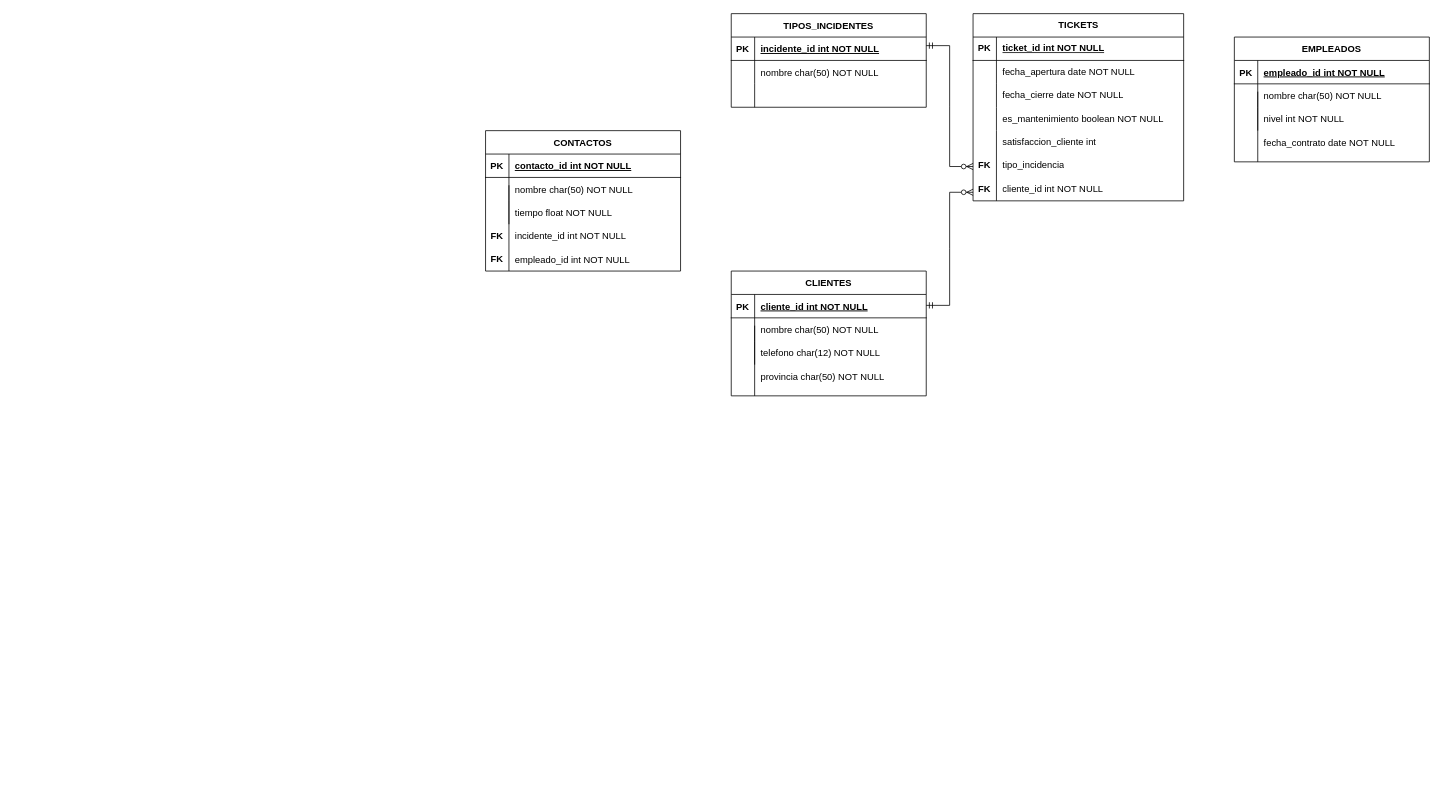
The draw.io diagram Diseño_BBDD_EJ2.drawio in alprezz/Practica1_SI, before the edit. Source tidied: cells renumbered, new cells numbered last; positions are measured from the earlier drawing's top-left corner, leaving out a move shared by most shapes. Both pictures are drawn from the tidied source at 78%, with x=0, y=0 at pixel (481, 13).
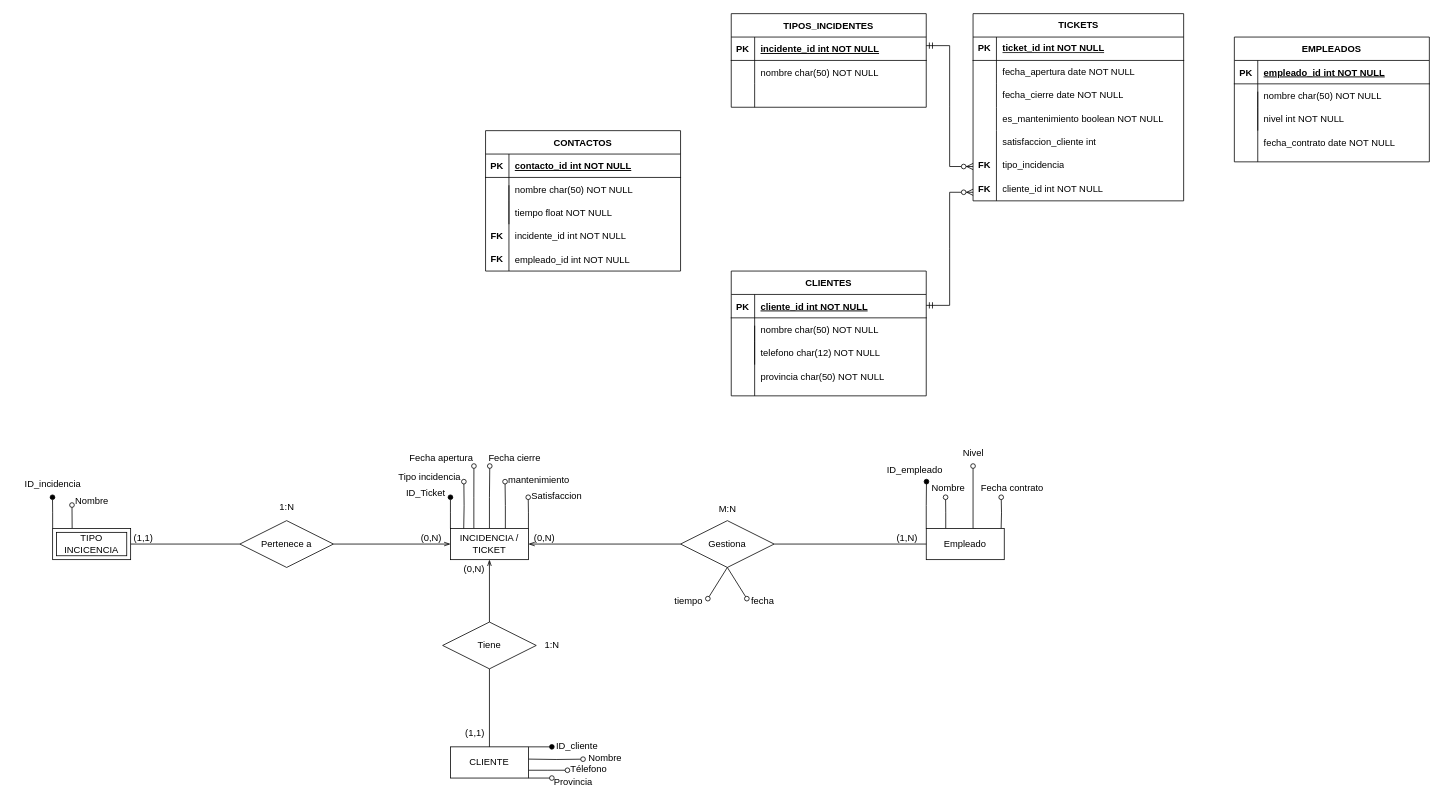
The same page after the edit.

Diff of the diagram source:
```diff
@@
+    <mxCell id="74" style="edgeStyle=orthogonalEdgeStyle;rounded=0;jettySize=auto;html=1;exitX=0;exitY=0;exitDx=0;exitDy=0;endArrow=oval;endFill=1;" parent="1" edge="1" source="80">
+      <mxGeometry relative="1" as="geometry">
+        <mxPoint x="-40" y="620" as="targetPoint" />
+      </mxGeometry>
+    </mxCell>
+    <mxCell id="75" style="edgeStyle=orthogonalEdgeStyle;rounded=0;orthogonalLoop=1;jettySize=auto;html=1;exitX=0.25;exitY=0;exitDx=0;exitDy=0;endArrow=oval;endFill=0;" parent="1" edge="1">
+      <mxGeometry relative="1" as="geometry">
+        <mxPoint x="-10" y="660" as="sourcePoint" />
+        <mxPoint x="-9.9" y="580" as="targetPoint" />
+        <Array as="points">
+          <mxPoint x="-10" y="620" />
+          <mxPoint x="-10" y="620" />
+        </Array>
+      </mxGeometry>
+    </mxCell>
+    <mxCell id="76" style="edgeStyle=orthogonalEdgeStyle;rounded=0;jettySize=auto;html=1;exitX=0.5;exitY=0;exitDx=0;exitDy=0;endArrow=oval;endFill=0;" parent="1" edge="1" source="80">
+      <mxGeometry relative="1" as="geometry">
+        <mxPoint x="10.4" y="580" as="targetPoint" />
+      </mxGeometry>
+    </mxCell>
+    <mxCell id="77" style="edgeStyle=orthogonalEdgeStyle;rounded=0;jettySize=auto;html=1;exitX=0.704;exitY=0.009;exitDx=0;exitDy=0;endArrow=oval;endFill=0;exitPerimeter=0;" parent="1" edge="1" source="80">
+      <mxGeometry relative="1" as="geometry">
+        <mxPoint x="30" y="600" as="targetPoint" />
+      </mxGeometry>
+    </mxCell>
+    <mxCell id="78" style="edgeStyle=orthogonalEdgeStyle;rounded=0;orthogonalLoop=1;jettySize=auto;html=1;exitX=0.108;exitY=0.02;exitDx=0;exitDy=0;exitPerimeter=0;endArrow=oval;endFill=0;" parent="1" edge="1">
+      <mxGeometry relative="1" as="geometry">
+        <mxPoint x="-23" y="660.8" as="sourcePoint" />
+        <mxPoint x="-22.8" y="600" as="targetPoint" />
+      </mxGeometry>
+    </mxCell>
+    <mxCell id="79" style="edgeStyle=orthogonalEdgeStyle;rounded=0;jettySize=auto;html=1;exitX=1;exitY=0;exitDx=0;exitDy=0;endArrow=oval;endFill=0;" parent="1" edge="1" source="80">
+      <mxGeometry relative="1" as="geometry">
+        <mxPoint x="59.7" y="620" as="targetPoint" />
+      </mxGeometry>
+    </mxCell>
+    <mxCell id="80" value="INCIDENCIA / TICKET" style="whiteSpace=wrap;html=1;align=center;" parent="1" vertex="1">
+      <mxGeometry x="-40" y="660" width="100" height="40" as="geometry" />
+    </mxCell>
+    <mxCell id="81" value="Gestiona" style="shape=rhombus;perimeter=rhombusPerimeter;whiteSpace=wrap;html=1;align=center;" parent="1" vertex="1">
+      <mxGeometry x="255" y="650" width="120" height="60" as="geometry" />
+    </mxCell>
+    <mxCell id="82" style="edgeStyle=orthogonalEdgeStyle;rounded=0;jettySize=auto;html=1;exitX=0;exitY=0;exitDx=0;exitDy=0;endArrow=oval;endFill=1;" parent="1" edge="1" source="86">
+      <mxGeometry relative="1" as="geometry">
+        <mxPoint x="570.3" y="600" as="targetPoint" />
+      </mxGeometry>
+    </mxCell>
+    <mxCell id="83" style="edgeStyle=orthogonalEdgeStyle;rounded=0;jettySize=auto;html=1;exitX=0.25;exitY=0;exitDx=0;exitDy=0;endArrow=oval;endFill=0;" parent="1" edge="1" source="86">
+      <mxGeometry relative="1" as="geometry">
+        <mxPoint x="594.8" y="620" as="targetPoint" />
+      </mxGeometry>
+    </mxCell>
+    <mxCell id="84" style="edgeStyle=orthogonalEdgeStyle;rounded=0;orthogonalLoop=1;jettySize=auto;html=1;exitX=0.5;exitY=0;exitDx=0;exitDy=0;endArrow=oval;endFill=0;" parent="1" edge="1">
+      <mxGeometry relative="1" as="geometry">
+        <mxPoint x="633" y="660" as="sourcePoint" />
+        <mxPoint x="630" y="580" as="targetPoint" />
+        <Array as="points">
+          <mxPoint x="633" y="661" />
+          <mxPoint x="630" y="661" />
+        </Array>
+      </mxGeometry>
+    </mxCell>
+    <mxCell id="85" style="edgeStyle=orthogonalEdgeStyle;rounded=0;orthogonalLoop=1;jettySize=auto;html=1;exitX=0.75;exitY=0;exitDx=0;exitDy=0;endArrow=oval;endFill=0;" parent="1" edge="1">
+      <mxGeometry relative="1" as="geometry">
+        <mxPoint x="666" y="660" as="sourcePoint" />
+        <mxPoint x="666.1" y="620" as="targetPoint" />
+      </mxGeometry>
+    </mxCell>
+    <mxCell id="86" value="Empleado" style="whiteSpace=wrap;html=1;align=center;" parent="1" vertex="1">
+      <mxGeometry x="570" y="660" width="100" height="40" as="geometry" />
+    </mxCell>
+    <mxCell id="87" style="endArrow=openThin;html=1;rounded=0;entryX=1;entryY=0.5;entryDx=0;entryDy=0;exitX=0;exitY=0.5;exitDx=0;exitDy=0;endFill=0;startFill=0;" parent="1" edge="1" source="81" target="80">
+      <mxGeometry relative="1" as="geometry" />
+    </mxCell>
+    <mxCell id="88" value="(0,N)" style="html=1;whiteSpace=wrap;align=right;verticalAlign=bottom;" parent="87" vertex="1">
+      <mxGeometry x="1" relative="1" as="geometry">
+        <mxPoint x="35" as="offset" />
+      </mxGeometry>
+    </mxCell>
+    <mxCell id="89" style="endArrow=none;html=1;rounded=0;entryX=0;entryY=0.5;entryDx=0;entryDy=0;" parent="1" edge="1" source="81" target="86">
+      <mxGeometry relative="1" as="geometry" />
+    </mxCell>
+    <mxCell id="90" value="(1,N)" style="html=1;whiteSpace=wrap;align=right;verticalAlign=bottom;" parent="89" vertex="1">
+      <mxGeometry x="1" relative="1" as="geometry">
+        <mxPoint x="-10" as="offset" />
+      </mxGeometry>
+    </mxCell>
+    <mxCell id="91" style="edgeStyle=orthogonalEdgeStyle;rounded=0;jettySize=auto;html=1;exitX=1;exitY=0;exitDx=0;exitDy=0;endArrow=oval;endFill=1;" parent="1" edge="1" source="95">
+      <mxGeometry relative="1" as="geometry">
+        <mxPoint x="90" y="939.8" as="targetPoint" />
+      </mxGeometry>
+    </mxCell>
+    <mxCell id="92" style="edgeStyle=orthogonalEdgeStyle;rounded=0;orthogonalLoop=1;jettySize=auto;html=1;exitX=1;exitY=0.25;exitDx=0;exitDy=0;endArrow=oval;endFill=0;" parent="1" edge="1">
+      <mxGeometry relative="1" as="geometry">
+        <mxPoint x="60" y="955.7" as="sourcePoint" />
+        <mxPoint x="130" y="955.8" as="targetPoint" />
+      </mxGeometry>
+    </mxCell>
+    <mxCell id="93" style="edgeStyle=orthogonalEdgeStyle;rounded=0;jettySize=auto;html=1;exitX=1;exitY=0.75;exitDx=0;exitDy=0;endArrow=oval;endFill=0;" parent="1" edge="1" source="95">
+      <mxGeometry relative="1" as="geometry">
+        <mxPoint x="110" y="970" as="targetPoint" />
+      </mxGeometry>
+    </mxCell>
+    <mxCell id="94" style="edgeStyle=orthogonalEdgeStyle;rounded=0;jettySize=auto;html=1;exitX=1;exitY=1;exitDx=0;exitDy=0;endArrow=oval;endFill=0;" parent="1" edge="1" source="95">
+      <mxGeometry relative="1" as="geometry">
+        <mxPoint x="90" y="980" as="targetPoint" />
+      </mxGeometry>
+    </mxCell>
+    <mxCell id="95" value="CLIENTE" style="whiteSpace=wrap;html=1;align=center;" parent="1" vertex="1">
+      <mxGeometry x="-40" y="940" width="100" height="40" as="geometry" />
+    </mxCell>
+    <mxCell id="96" value="Pertenece a" style="shape=rhombus;perimeter=rhombusPerimeter;whiteSpace=wrap;html=1;align=center;" parent="1" vertex="1">
+      <mxGeometry x="-310" y="650" width="120" height="60" as="geometry" />
+    </mxCell>
+    <mxCell id="97" style="endArrow=none;html=1;rounded=0;entryX=1;entryY=0.5;entryDx=0;entryDy=0;endFill=1;startFill=0;" parent="1" edge="1" source="96" target="116">
+      <mxGeometry relative="1" as="geometry" />
+    </mxCell>
+    <mxCell id="98" value="(1,1)" style="html=1;whiteSpace=wrap;align=right;verticalAlign=bottom;" parent="97" vertex="1">
+      <mxGeometry x="1" relative="1" as="geometry">
+        <mxPoint x="30" as="offset" />
+      </mxGeometry>
+    </mxCell>
+    <mxCell id="99" style="endArrow=openThin;html=1;rounded=0;entryX=0;entryY=0.5;entryDx=0;entryDy=0;endFill=0;" parent="1" edge="1" source="96" target="80">
+      <mxGeometry relative="1" as="geometry" />
+    </mxCell>
+    <mxCell id="100" value="(0,N)" style="html=1;whiteSpace=wrap;align=right;verticalAlign=bottom;" parent="99" vertex="1">
+      <mxGeometry x="1" relative="1" as="geometry">
+        <mxPoint x="-10" as="offset" />
+      </mxGeometry>
+    </mxCell>
+    <mxCell id="101" value="1:N" style="text;html=1;align=center;verticalAlign=middle;strokeColor=none;fillColor=none;" parent="1" vertex="1">
+      <mxGeometry x="-270" y="618" width="40" height="30" as="geometry" />
+    </mxCell>
+    <mxCell id="102" value="M:N" style="text;html=1;align=center;verticalAlign=middle;strokeColor=none;fillColor=none;" parent="1" vertex="1">
+      <mxGeometry x="290" y="620" width="50" height="30" as="geometry" />
+    </mxCell>
+    <mxCell id="103" value="Tiene" style="shape=rhombus;perimeter=rhombusPerimeter;whiteSpace=wrap;html=1;align=center;" parent="1" vertex="1">
+      <mxGeometry x="-50" y="780" width="120" height="60" as="geometry" />
+    </mxCell>
+    <mxCell id="104" style="endArrow=none;html=1;rounded=0;entryX=0.5;entryY=0;entryDx=0;entryDy=0;" parent="1" edge="1" source="103" target="95">
+      <mxGeometry relative="1" as="geometry" />
+    </mxCell>
+    <mxCell id="105" value="(1,1)" style="html=1;whiteSpace=wrap;align=right;verticalAlign=bottom;" parent="104" vertex="1">
+      <mxGeometry x="1" relative="1" as="geometry">
+        <mxPoint x="-5" y="-10" as="offset" />
+      </mxGeometry>
+    </mxCell>
+    <mxCell id="106" style="endArrow=openThin;html=1;rounded=0;entryX=0.5;entryY=1;entryDx=0;entryDy=0;endFill=0;" parent="1" edge="1" source="103" target="80">
+      <mxGeometry relative="1" as="geometry" />
+    </mxCell>
+    <mxCell id="107" value="(0,N)" style="html=1;whiteSpace=wrap;align=right;verticalAlign=bottom;" parent="106" vertex="1">
+      <mxGeometry x="1" relative="1" as="geometry">
+        <mxPoint x="-5" y="20" as="offset" />
+      </mxGeometry>
+    </mxCell>
+    <mxCell id="108" value="ID_Ticket" style="text;html=1;align=center;verticalAlign=middle;strokeColor=none;fillColor=none;" parent="1" vertex="1">
+      <mxGeometry x="-107" y="600" width="70" height="30" as="geometry" />
+    </mxCell>
+    <mxCell id="109" value="Fecha apertura" style="text;html=1;align=center;verticalAlign=middle;strokeColor=none;fillColor=none;" parent="1" vertex="1">
+      <mxGeometry x="-102" y="555" width="100" height="30" as="geometry" />
+    </mxCell>
+    <mxCell id="110" value="1:N" style="text;html=1;align=center;verticalAlign=middle;strokeColor=none;fillColor=none;" parent="1" vertex="1">
+      <mxGeometry x="70" y="795" width="40" height="30" as="geometry" />
+    </mxCell>
+    <mxCell id="111" value="ID_empleado" style="text;html=1;align=center;verticalAlign=middle;strokeColor=none;fillColor=none;" parent="1" vertex="1">
+      <mxGeometry x="510" y="570" width="90" height="30" as="geometry" />
+    </mxCell>
+    <mxCell id="112" value="Fecha cierre" style="text;html=1;align=center;verticalAlign=middle;strokeColor=none;fillColor=none;" parent="1" vertex="1">
+      <mxGeometry x="-3" y="555" width="90" height="30" as="geometry" />
+    </mxCell>
+    <mxCell id="113" value="mantenimiento" style="text;html=1;align=center;verticalAlign=middle;strokeColor=none;fillColor=none;" parent="1" vertex="1">
+      <mxGeometry x="23" y="583" width="100" height="30" as="geometry" />
+    </mxCell>
+    <mxCell id="114" style="edgeStyle=orthogonalEdgeStyle;rounded=0;jettySize=auto;html=1;exitX=0;exitY=0;exitDx=0;exitDy=0;endArrow=oval;endFill=1;" parent="1" edge="1" source="116">
+      <mxGeometry relative="1" as="geometry">
+        <mxPoint x="-550.2" y="620" as="targetPoint" />
+      </mxGeometry>
+    </mxCell>
+    <mxCell id="115" style="edgeStyle=orthogonalEdgeStyle;rounded=0;jettySize=auto;html=1;exitX=0.25;exitY=0;exitDx=0;exitDy=0;endArrow=oval;endFill=0;" parent="1" edge="1" source="116">
+      <mxGeometry relative="1" as="geometry">
+        <mxPoint x="-525.2" y="630" as="targetPoint" />
+      </mxGeometry>
+    </mxCell>
+    <mxCell id="116" value="TIPO INCICENCIA" style="shape=ext;margin=3;double=1;whiteSpace=wrap;html=1;align=center;" parent="1" vertex="1">
+      <mxGeometry x="-550" y="660" width="100" height="40" as="geometry" />
+    </mxCell>
+    <mxCell id="117" value="Tipo incidencia" style="text;html=1;align=center;verticalAlign=middle;strokeColor=none;fillColor=none;" parent="1" vertex="1">
+      <mxGeometry x="-117" y="580" width="100" height="30" as="geometry" />
+    </mxCell>
+    <mxCell id="118" value="tiempo " style="text;html=1;align=center;verticalAlign=middle;strokeColor=none;fillColor=none;" parent="1" vertex="1">
+      <mxGeometry x="235" y="738" width="60" height="30" as="geometry" />
+    </mxCell>
+    <mxCell id="119" value="fecha" style="text;html=1;align=center;verticalAlign=middle;strokeColor=none;fillColor=none;" parent="1" vertex="1">
+      <mxGeometry x="335" y="738" width="50" height="30" as="geometry" />
+    </mxCell>
+    <mxCell id="120" style="endArrow=oval;html=1;rounded=0;endFill=0;exitX=0.5;exitY=1;exitDx=0;exitDy=0;" parent="1" edge="1" source="81">
+      <mxGeometry relative="1" as="geometry">
+        <mxPoint x="290" y="750" as="targetPoint" />
+      </mxGeometry>
+    </mxCell>
+    <mxCell id="121" style="endArrow=oval;html=1;rounded=0;endFill=0;exitX=0.5;exitY=1;exitDx=0;exitDy=0;" parent="1" edge="1" source="81">
+      <mxGeometry relative="1" as="geometry">
+        <mxPoint x="340" y="750" as="targetPoint" />
+      </mxGeometry>
+    </mxCell>
+    <mxCell id="122" value="ID_cliente" style="text;html=1;align=center;verticalAlign=middle;strokeColor=none;fillColor=none;" parent="1" vertex="1">
+      <mxGeometry x="82" y="924" width="80" height="30" as="geometry" />
+    </mxCell>
+    <mxCell id="123" value="Nombre" style="text;html=1;align=center;verticalAlign=middle;strokeColor=none;fillColor=none;" parent="1" vertex="1">
+      <mxGeometry x="123" y="940" width="70" height="30" as="geometry" />
+    </mxCell>
+    <mxCell id="124" value="Télefono" style="text;html=1;align=center;verticalAlign=middle;strokeColor=none;fillColor=none;" parent="1" vertex="1">
+      <mxGeometry x="102" y="954" width="70" height="30" as="geometry" />
+    </mxCell>
+    <mxCell id="125" value="Provincia" style="text;html=1;align=center;verticalAlign=middle;strokeColor=none;fillColor=none;" parent="1" vertex="1">
+      <mxGeometry x="82" y="970" width="70" height="30" as="geometry" />
+    </mxCell>
+    <mxCell id="126" value="Nombre" style="text;html=1;align=center;verticalAlign=middle;strokeColor=none;fillColor=none;" parent="1" vertex="1">
+      <mxGeometry x="563" y="594" width="70" height="30" as="geometry" />
+    </mxCell>
+    <mxCell id="127" value="Nivel" style="text;html=1;align=center;verticalAlign=middle;strokeColor=none;fillColor=none;" parent="1" vertex="1">
+      <mxGeometry x="605" y="548" width="50" height="30" as="geometry" />
+    </mxCell>
+    <mxCell id="128" value="Fecha contrato" style="text;html=1;align=center;verticalAlign=middle;strokeColor=none;fillColor=none;" parent="1" vertex="1">
+      <mxGeometry x="630" y="594" width="100" height="30" as="geometry" />
+    </mxCell>
+    <mxCell id="129" value="ID_incidencia" style="text;html=1;align=center;verticalAlign=middle;strokeColor=none;fillColor=none;" parent="1" vertex="1">
+      <mxGeometry x="-600" y="588" width="100" height="30" as="geometry" />
+    </mxCell>
+    <mxCell id="130" value="Nombre" style="text;html=1;align=center;verticalAlign=middle;strokeColor=none;fillColor=none;" parent="1" vertex="1">
+      <mxGeometry x="-535" y="610" width="70" height="30" as="geometry" />
+    </mxCell>
+    <mxCell id="131" value="Satisfaccion" style="text;html=1;align=center;verticalAlign=middle;strokeColor=none;fillColor=none;" parent="1" vertex="1">
+      <mxGeometry x="51" y="604" width="90" height="30" as="geometry" />
+    </mxCell>
```
